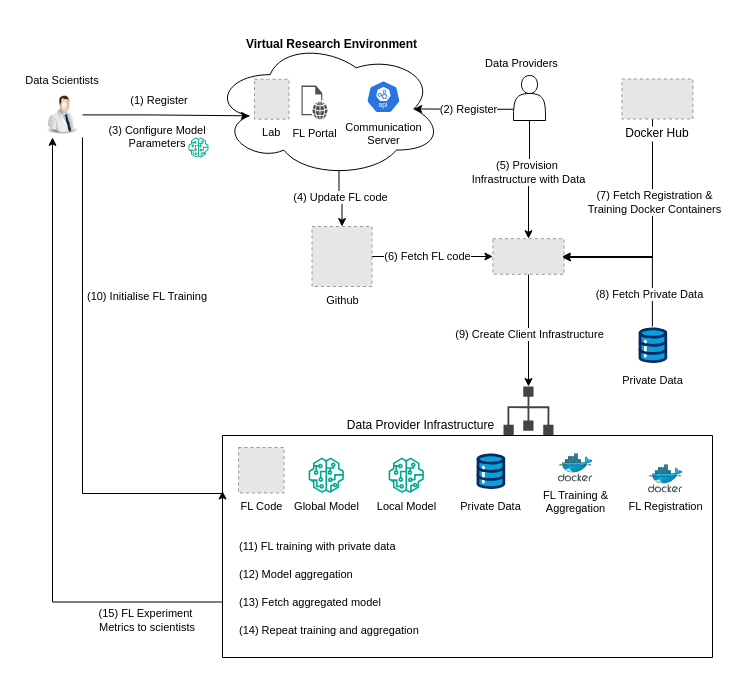
Before: Thesis/Workflow.drawio in anandanlk/Drawings, a draw.io diagram. Source tidied: cells renumbered, new cells numbered last; positions are measured from the earlier drawing's top-left corner, leaving out a move shared by most shapes. Both pictures are drawn from the tidied source at 100%, with x=0, y=0 at pixel (17, 17). Pictures stored in the file or linked from it are replaced by grey dashed boxes.
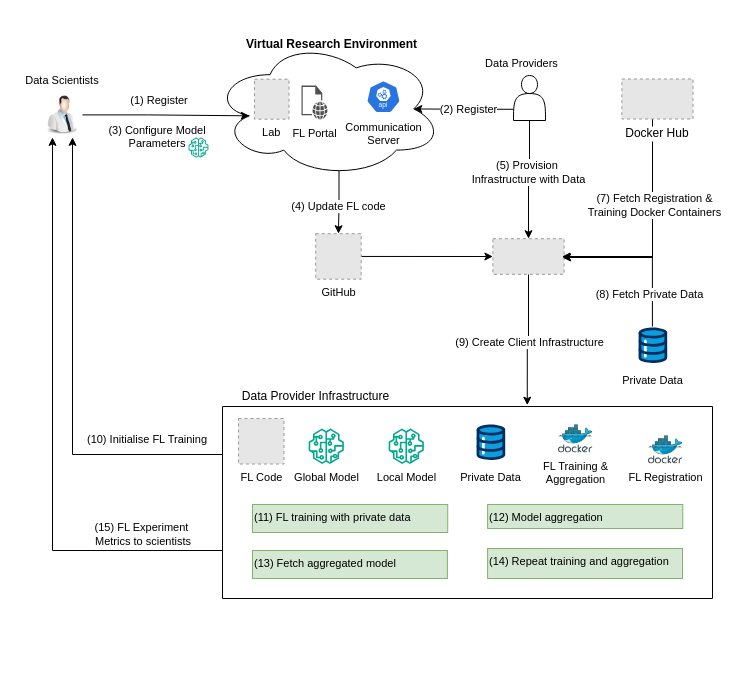
The same page after the edit.

Unchanged cells that the change refers to:
```xml
<mxCell id="3" style="image;html=1;image=img/lib/clip_art/people/Scientist_Man_128x128.png;" parent="1" vertex="1">
  <mxGeometry x="25" y="74.9" width="40" height="45" as="geometry" />
</mxCell>
<mxCell id="9" style="fillColor=#E6E6E6;strokeColor=#999999;dashed=1;verticalLabelPosition=bottom;labelBackgroundColor=default;verticalAlign=top;" parent="1" vertex="1">
  <mxGeometry x="475.4" y="221.2" width="71.2" height="35.6" as="geometry" />
</mxCell>
<mxCell id="12" style="ellipse;shape=cloud;whiteSpace=wrap;html=1;" parent="11" vertex="1">
  <mxGeometry x="-20" y="22.9" width="230" height="137.1" as="geometry" />
</mxCell>
<mxCell id="20" style="edgeStyle=orthogonalEdgeStyle;rounded=0;jettySize=auto;html=1;" parent="1" edge="1" source="22">
  <mxGeometry relative="1" as="geometry">
    <mxPoint x="545" y="240" as="targetPoint" />
    <Array as="points">
      <mxPoint x="635" y="240" />
    </Array>
  </mxGeometry>
</mxCell>
```

What changed in the source:
```diff
@@
-    <mxCell id="2" style="edgeStyle=orthogonalEdgeStyle;rounded=0;jettySize=auto;html=1;exitX=1;exitY=1;exitDx=0;exitDy=0;entryX=0;entryY=0.25;entryDx=0;entryDy=0;" parent="1" edge="1" source="3" target="37">
-      <mxGeometry relative="1" as="geometry">
-        <Array as="points">
-          <mxPoint x="65" y="476" />
-        </Array>
-      </mxGeometry>
-    </mxCell>
@@
-    <mxCell id="7" style="edgeStyle=orthogonalEdgeStyle;rounded=0;jettySize=auto;html=1;exitX=0.5;exitY=1;exitDx=0;exitDy=0;" parent="1" edge="1" source="9" target="30">
+    <mxCell id="7" style="edgeStyle=orthogonalEdgeStyle;rounded=0;jettySize=auto;html=1;exitX=0.5;exitY=1;exitDx=0;exitDy=0;entryX=0.622;entryY=-0.007;entryDx=0;entryDy=0;entryPerimeter=0;" parent="1" edge="1" source="9" target="37">
       <mxGeometry relative="1" as="geometry" />
     </mxCell>
@@
     <mxCell id="10" value="(15) FL Experiment&amp;nbsp;&lt;div&gt;Metrics to scientists&lt;/div&gt;" style="text;html=1;align=center;verticalAlign=middle;whiteSpace=wrap;rounded=0;fontSize=11;" parent="1" vertex="1">
-      <mxGeometry x="60" y="593" width="140" height="20" as="geometry" />
+      <mxGeometry x="56" y="507" width="140" height="20" as="geometry" />
     </mxCell>
@@
     <mxCell id="21" value="&lt;div&gt;(7) Fetch Registration &amp;amp;&lt;/div&gt;&lt;div&gt;Training Docker Containers&lt;/div&gt;" style="edgeLabel;html=1;align=center;verticalAlign=middle;" parent="20" vertex="1">
-      <mxGeometry x="-0.27" y="1" relative="1" as="geometry" />
+      <mxGeometry x="-0.27" y="1" relative="1" as="geometry">
+        <mxPoint y="3" as="offset" />
+      </mxGeometry>
     </mxCell>
@@
-    <mxCell id="23" style="edgeStyle=orthogonalEdgeStyle;rounded=0;jettySize=auto;html=1;" parent="1" edge="1" source="25" target="9">
-      <mxGeometry relative="1" as="geometry" />
-    </mxCell>
-    <mxCell id="24" value="(6) Fetch FL code" style="edgeLabel;html=1;align=center;verticalAlign=middle;" parent="23" vertex="1">
-      <mxGeometry x="-0.21" y="2" relative="1" as="geometry">
-        <mxPoint x="7" y="1" as="offset" />
-      </mxGeometry>
-    </mxCell>
-    <mxCell id="25" value="&lt;font style=&quot;font-size: 11px;&quot;&gt;Github&lt;/font&gt;" style="fillColor=#E6E6E6;strokeColor=#999999;dashed=1;html=1;verticalAlign=top;verticalLabelPosition=bottom;labelBackgroundColor=#ffffff;" parent="1" vertex="1">
-      <mxGeometry x="294.5" y="209" width="60" height="60" as="geometry" />
-    </mxCell>
@@
-    <mxCell id="28" style="edgeStyle=orthogonalEdgeStyle;rounded=0;jettySize=auto;html=1;exitX=0.55;exitY=0.95;exitDx=0;exitDy=0;exitPerimeter=0;entryX=0.5;entryY=0;entryDx=0;entryDy=0;" parent="1" edge="1" source="12" target="25">
-      <mxGeometry relative="1" as="geometry" />
-    </mxCell>
-    <mxCell id="29" value="(4) Update FL code" style="edgeLabel;html=1;align=center;verticalAlign=middle;" parent="28" vertex="1">
-      <mxGeometry x="-0.4" y="1" relative="1" as="geometry">
-        <mxPoint y="8" as="offset" />
-      </mxGeometry>
-    </mxCell>
-    <mxCell id="30" style="sketch=0;shadow=0;dashed=0;html=1;strokeColor=none;fillColor=#434445;labelPosition=center;verticalLabelPosition=bottom;verticalAlign=top;align=center;outlineConnect=0;shape=mxgraph.vvd.infrastructure;" parent="1" vertex="1">
-      <mxGeometry x="486" y="369" width="50" height="48.5" as="geometry" />
-    </mxCell>
@@
     <mxCell id="35" value="Data Provider Infrastructure" style="text;html=1;align=center;verticalAlign=middle;whiteSpace=wrap;rounded=0;" parent="1" vertex="1">
-      <mxGeometry x="310" y="397.5" width="186.5" height="20" as="geometry" />
+      <mxGeometry x="205" y="369" width="186.5" height="20" as="geometry" />
     </mxCell>
@@
+    <mxCell id="52" style="edgeStyle=orthogonalEdgeStyle;rounded=0;jettySize=auto;html=1;exitX=0;exitY=0.25;exitDx=0;exitDy=0;entryX=0.75;entryY=1;entryDx=0;entryDy=0;" parent="1" edge="1" source="37" target="3">
+      <mxGeometry relative="1" as="geometry" />
+    </mxCell>
     <mxCell id="37" style="swimlane;startSize=0;" parent="1" vertex="1">
-      <mxGeometry x="205" y="418" width="490" height="222" as="geometry" />
+      <mxGeometry x="205" y="389" width="490" height="192" as="geometry" />
     </mxCell>
@@
-    <mxCell id="44" value="(11) FL training with private data" style="text;html=1;align=left;verticalAlign=top;whiteSpace=wrap;rounded=0;spacingTop=0;spacing=2;fontSize=11;" parent="37" vertex="1">
-      <mxGeometry x="14.8" y="98" width="265.2" height="28" as="geometry" />
+    <mxCell id="44" value="(11) FL training with private data" style="text;html=1;align=left;verticalAlign=top;whiteSpace=wrap;rounded=0;spacingTop=0;spacing=2;fontSize=11;fillColor=#d5e8d4;strokeColor=#82b366;" parent="37" vertex="1">
+      <mxGeometry x="30" y="98" width="195.2" height="28" as="geometry" />
     </mxCell>
-    <mxCell id="45" value="(12) Model aggregation" style="text;html=1;align=left;verticalAlign=top;whiteSpace=wrap;rounded=0;spacingTop=0;spacing=2;fontSize=11;" parent="37" vertex="1">
-      <mxGeometry x="14.8" y="126" width="265.2" height="28" as="geometry" />
+    <mxCell id="45" value="(12) Model aggregation" style="text;html=1;align=left;verticalAlign=top;whiteSpace=wrap;rounded=0;spacingTop=0;spacing=2;fontSize=11;fillColor=#d5e8d4;strokeColor=#82b366;" parent="37" vertex="1">
+      <mxGeometry x="265.1" y="98" width="195.2" height="24" as="geometry" />
     </mxCell>
-    <mxCell id="46" value="(13) Fetch aggregated model" style="text;html=1;align=left;verticalAlign=top;whiteSpace=wrap;rounded=0;spacingTop=0;spacing=2;fontSize=11;" parent="37" vertex="1">
-      <mxGeometry x="15.1" y="154" width="265.2" height="28" as="geometry" />
+    <mxCell id="46" value="(13) Fetch aggregated model" style="text;html=1;align=left;verticalAlign=top;whiteSpace=wrap;rounded=0;spacingTop=0;spacing=2;fontSize=11;fillColor=#d5e8d4;strokeColor=#82b366;" parent="37" vertex="1">
+      <mxGeometry x="30" y="144" width="194.9" height="28" as="geometry" />
     </mxCell>
-    <mxCell id="47" value="(14) Repeat training and aggregation" style="text;html=1;align=left;verticalAlign=top;whiteSpace=wrap;rounded=0;spacingTop=0;spacing=2;fontSize=11;" parent="37" vertex="1">
-      <mxGeometry x="15.1" y="182" width="265.2" height="28" as="geometry" />
+    <mxCell id="47" value="(14) Repeat training and aggregation" style="text;html=1;align=left;verticalAlign=top;whiteSpace=wrap;rounded=0;spacingTop=0;spacing=2;fontSize=11;fillColor=#d5e8d4;strokeColor=#82b366;" parent="37" vertex="1">
+      <mxGeometry x="265.1" y="142" width="194.9" height="30" as="geometry" />
     </mxCell>
@@
     <mxCell id="50" value="(10) Initialise FL Training" style="text;html=1;align=center;verticalAlign=middle;whiteSpace=wrap;rounded=0;fontSize=11;" parent="1" vertex="1">
-      <mxGeometry x="65" y="269" width="130" height="20" as="geometry" />
+      <mxGeometry x="65" y="412" width="130" height="20" as="geometry" />
     </mxCell>
@@
+    <mxCell id="53" style="edgeStyle=orthogonalEdgeStyle;rounded=0;jettySize=auto;html=1;exitX=1;exitY=0.5;exitDx=0;exitDy=0;entryX=0;entryY=0.5;entryDx=0;entryDy=0;" parent="1" edge="1" source="54" target="9">
+      <mxGeometry relative="1" as="geometry" />
+    </mxCell>
+    <mxCell id="54" value="GitHub" style="fillColor=#E6E6E6;strokeColor=#999999;dashed=1;html=1;verticalAlign=top;verticalLabelPosition=bottom;labelBackgroundColor=#ffffff;fontSize=11;" parent="1" vertex="1">
+      <mxGeometry x="298.2" y="216.2" width="45.5" height="45.5" as="geometry" />
+    </mxCell>
+    <mxCell id="55" style="edgeStyle=orthogonalEdgeStyle;rounded=0;jettySize=auto;html=1;exitX=0.55;exitY=0.95;exitDx=0;exitDy=0;exitPerimeter=0;entryX=0.5;entryY=0;entryDx=0;entryDy=0;" parent="1" edge="1" source="12" target="54">
+      <mxGeometry relative="1" as="geometry" />
+    </mxCell>
+    <mxCell id="29" value="(4) Update FL code" style="edgeLabel;html=1;align=center;verticalAlign=middle;" parent="55" vertex="1">
+      <mxGeometry x="0.13" relative="1" as="geometry" />
+    </mxCell>
```
